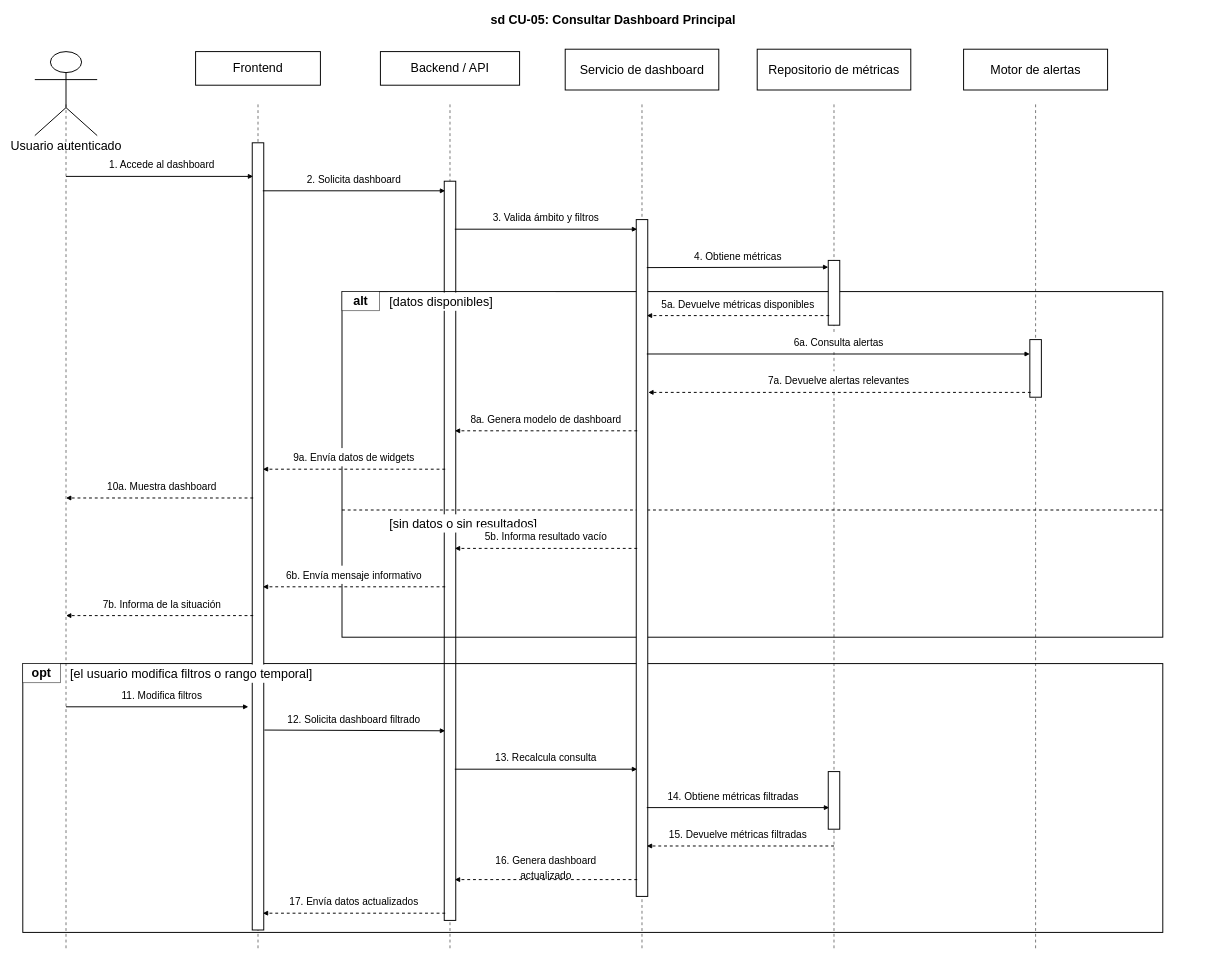
Bania1/nuvlo-agile-dashboard keeps this draw.io diagram as docs/memoria/diagrams/secuencia-cu05-consultar-dashboard-principal.drawio. Above is the earlier version. Source tidied: cells renumbered, new cells numbered last; positions are measured from the earlier drawing's top-left corner, leaving out a move shared by most shapes. Both pictures are drawn from the tidied source at 48%, with x=0, y=0 at pixel (8, 8).
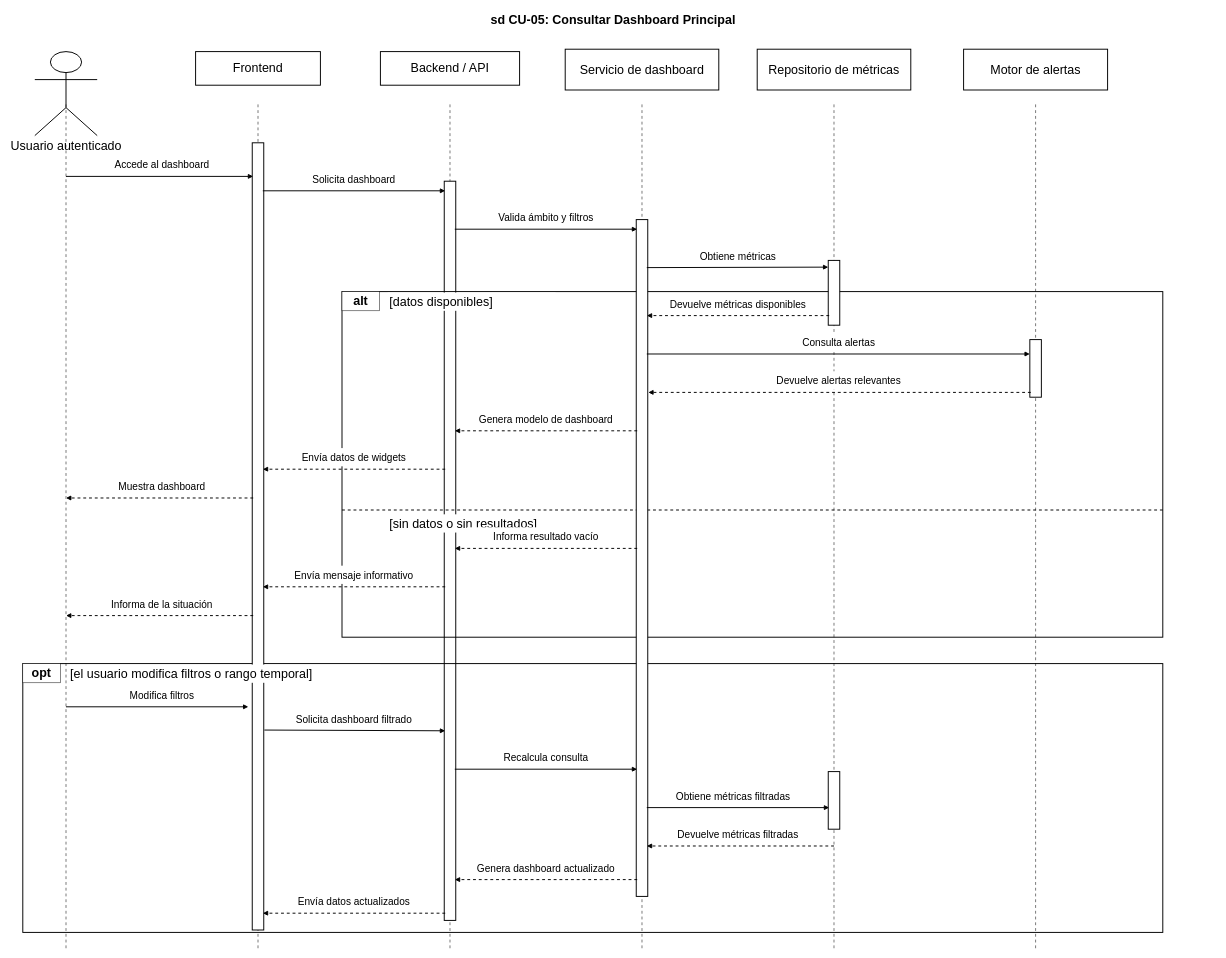
Above is the later version.

The edit, as a diff of the source:
```diff
@@
-    <mxCell id="29" value="&lt;font style=&quot;font-size: 21px;&quot;&gt;1. Accede al dashboard&lt;/font&gt;" style="text;html=1;strokeColor=none;fillColor=#ffffff;align=center;verticalAlign=middle;whiteSpace=wrap;rounded=0;fontSize=26;fontFamily=Helvetica;fontColor=#000000;spacing=4;" parent="1" vertex="1">
+    <mxCell id="29" value="&lt;font style=&quot;font-size: 21px;&quot;&gt;Accede al dashboard&lt;/font&gt;" style="text;html=1;strokeColor=none;fillColor=#ffffff;align=center;verticalAlign=middle;whiteSpace=wrap;rounded=0;fontSize=26;fontFamily=Helvetica;fontColor=#000000;spacing=4;" parent="1" vertex="1">
       <mxGeometry x="155" y="306" width="330" height="38" as="geometry" />
     </mxCell>
@@
-    <mxCell id="31" value="&lt;font style=&quot;font-size: 21px;&quot;&gt;2. Solicita dashboard&lt;/font&gt;" style="text;html=1;strokeColor=none;fillColor=#ffffff;align=center;verticalAlign=middle;whiteSpace=wrap;rounded=0;fontSize=26;fontFamily=Helvetica;fontColor=#000000;spacing=4;" parent="1" vertex="1">
+    <mxCell id="31" value="&lt;font style=&quot;font-size: 21px;&quot;&gt;Solicita dashboard&lt;/font&gt;" style="text;html=1;strokeColor=none;fillColor=#ffffff;align=center;verticalAlign=middle;whiteSpace=wrap;rounded=0;fontSize=26;fontFamily=Helvetica;fontColor=#000000;spacing=4;" parent="1" vertex="1">
       <mxGeometry x="555" y="336" width="330" height="38" as="geometry" />
     </mxCell>
@@
-    <mxCell id="33" value="&lt;font style=&quot;font-size: 21px;&quot;&gt;3. Valida ámbito y filtros&lt;/font&gt;" style="text;html=1;strokeColor=none;fillColor=#ffffff;align=center;verticalAlign=middle;whiteSpace=wrap;rounded=0;fontSize=26;fontFamily=Helvetica;fontColor=#000000;spacing=4;" parent="1" vertex="1">
+    <mxCell id="33" value="&lt;font style=&quot;font-size: 21px;&quot;&gt;Valida ámbito y filtros&lt;/font&gt;" style="text;html=1;strokeColor=none;fillColor=#ffffff;align=center;verticalAlign=middle;whiteSpace=wrap;rounded=0;fontSize=26;fontFamily=Helvetica;fontColor=#000000;spacing=4;" parent="1" vertex="1">
       <mxGeometry x="935" y="416" width="370" height="38" as="geometry" />
     </mxCell>
@@
-    <mxCell id="35" value="&lt;font style=&quot;font-size: 21px;&quot;&gt;4. Obtiene métricas&lt;/font&gt;" style="text;html=1;strokeColor=none;fillColor=#ffffff;align=center;verticalAlign=middle;whiteSpace=wrap;rounded=0;fontSize=26;fontFamily=Helvetica;fontColor=#000000;spacing=4;" parent="1" vertex="1">
+    <mxCell id="35" value="&lt;font style=&quot;font-size: 21px;&quot;&gt;Obtiene métricas&lt;/font&gt;" style="text;html=1;strokeColor=none;fillColor=#ffffff;align=center;verticalAlign=middle;whiteSpace=wrap;rounded=0;fontSize=26;fontFamily=Helvetica;fontColor=#000000;spacing=4;" parent="1" vertex="1">
       <mxGeometry x="1355" y="496" width="330" height="38" as="geometry" />
     </mxCell>
@@
-    <mxCell id="37" value="&lt;font style=&quot;font-size: 21px;&quot;&gt;5a. Devuelve métricas disponibles&lt;/font&gt;" style="text;html=1;strokeColor=none;fillColor=#ffffff;align=center;verticalAlign=middle;whiteSpace=wrap;rounded=0;fontSize=26;fontFamily=Helvetica;fontColor=#000000;spacing=4;" parent="1" vertex="1">
+    <mxCell id="37" value="&lt;font style=&quot;font-size: 21px;&quot;&gt;Devuelve métricas disponibles&lt;/font&gt;" style="text;html=1;strokeColor=none;fillColor=#ffffff;align=center;verticalAlign=middle;whiteSpace=wrap;rounded=0;fontSize=26;fontFamily=Helvetica;fontColor=#000000;spacing=4;" parent="1" vertex="1">
       <mxGeometry x="1340" y="596" width="360" height="38" as="geometry" />
     </mxCell>
@@
-    <mxCell id="39" value="&lt;font style=&quot;font-size: 21px;&quot;&gt;6a. Consulta alertas&lt;/font&gt;" style="text;html=1;strokeColor=none;fillColor=#ffffff;align=center;verticalAlign=middle;whiteSpace=wrap;rounded=0;fontSize=26;fontFamily=Helvetica;fontColor=#000000;spacing=4;" parent="1" vertex="1">
+    <mxCell id="39" value="&lt;font style=&quot;font-size: 21px;&quot;&gt;Consulta alertas&lt;/font&gt;" style="text;html=1;strokeColor=none;fillColor=#ffffff;align=center;verticalAlign=middle;whiteSpace=wrap;rounded=0;fontSize=26;fontFamily=Helvetica;fontColor=#000000;spacing=4;" parent="1" vertex="1">
       <mxGeometry x="1550" y="676" width="360" height="38" as="geometry" />
     </mxCell>
@@
-    <mxCell id="41" value="&lt;font style=&quot;font-size: 21px;&quot;&gt;7a. Devuelve alertas relevantes&lt;/font&gt;" style="text;html=1;strokeColor=none;fillColor=#ffffff;align=center;verticalAlign=middle;whiteSpace=wrap;rounded=0;fontSize=26;fontFamily=Helvetica;fontColor=#000000;spacing=4;" parent="1" vertex="1">
+    <mxCell id="41" value="&lt;font style=&quot;font-size: 21px;&quot;&gt;Devuelve alertas relevantes&lt;/font&gt;" style="text;html=1;strokeColor=none;fillColor=#ffffff;align=center;verticalAlign=middle;whiteSpace=wrap;rounded=0;fontSize=26;fontFamily=Helvetica;fontColor=#000000;spacing=4;" parent="1" vertex="1">
       <mxGeometry x="1550" y="756" width="360" height="38" as="geometry" />
     </mxCell>
@@
-    <mxCell id="43" value="&lt;font style=&quot;font-size: 21px;&quot;&gt;8a. Genera modelo de dashboard&lt;/font&gt;" style="text;html=1;strokeColor=none;fillColor=#ffffff;align=center;verticalAlign=middle;whiteSpace=wrap;rounded=0;fontSize=26;fontFamily=Helvetica;fontColor=#000000;spacing=4;" parent="1" vertex="1">
+    <mxCell id="43" value="&lt;font style=&quot;font-size: 21px;&quot;&gt;Genera modelo de dashboard&lt;/font&gt;" style="text;html=1;strokeColor=none;fillColor=#ffffff;align=center;verticalAlign=middle;whiteSpace=wrap;rounded=0;fontSize=26;fontFamily=Helvetica;fontColor=#000000;spacing=4;" parent="1" vertex="1">
       <mxGeometry x="935" y="836" width="370" height="38" as="geometry" />
     </mxCell>
@@
-    <mxCell id="45" value="&lt;font style=&quot;font-size: 21px;&quot;&gt;9a. Envía datos de widgets&lt;/font&gt;" style="text;html=1;strokeColor=none;fillColor=#ffffff;align=center;verticalAlign=middle;whiteSpace=wrap;rounded=0;fontSize=26;fontFamily=Helvetica;fontColor=#000000;spacing=4;" parent="1" vertex="1">
+    <mxCell id="45" value="&lt;font style=&quot;font-size: 21px;&quot;&gt;Envía datos de widgets&lt;/font&gt;" style="text;html=1;strokeColor=none;fillColor=#ffffff;align=center;verticalAlign=middle;whiteSpace=wrap;rounded=0;fontSize=26;fontFamily=Helvetica;fontColor=#000000;spacing=4;" parent="1" vertex="1">
       <mxGeometry x="555" y="916" width="330" height="38" as="geometry" />
     </mxCell>
@@
-    <mxCell id="47" value="&lt;font style=&quot;font-size: 21px;&quot;&gt;10a. Muestra dashboard&lt;/font&gt;" style="text;html=1;strokeColor=none;fillColor=#ffffff;align=center;verticalAlign=middle;whiteSpace=wrap;rounded=0;fontSize=26;fontFamily=Helvetica;fontColor=#000000;spacing=4;" parent="1" vertex="1">
+    <mxCell id="47" value="&lt;font style=&quot;font-size: 21px;&quot;&gt;Muestra dashboard&lt;/font&gt;" style="text;html=1;strokeColor=none;fillColor=#ffffff;align=center;verticalAlign=middle;whiteSpace=wrap;rounded=0;fontSize=26;fontFamily=Helvetica;fontColor=#000000;spacing=4;" parent="1" vertex="1">
       <mxGeometry x="155" y="976" width="330" height="38" as="geometry" />
     </mxCell>
@@
-    <mxCell id="49" value="&lt;font style=&quot;font-size: 21px;&quot;&gt;5b. Informa resultado vacío&lt;/font&gt;" style="text;html=1;strokeColor=none;fillColor=#ffffff;align=center;verticalAlign=middle;whiteSpace=wrap;rounded=0;fontSize=26;fontFamily=Helvetica;fontColor=#000000;spacing=4;" parent="1" vertex="1">
+    <mxCell id="49" value="&lt;font style=&quot;font-size: 21px;&quot;&gt;Informa resultado vacío&lt;/font&gt;" style="text;html=1;strokeColor=none;fillColor=#ffffff;align=center;verticalAlign=middle;whiteSpace=wrap;rounded=0;fontSize=26;fontFamily=Helvetica;fontColor=#000000;spacing=4;" parent="1" vertex="1">
       <mxGeometry x="955" y="1081" width="330" height="38" as="geometry" />
     </mxCell>
@@
-    <mxCell id="51" value="&lt;font style=&quot;font-size: 21px;&quot;&gt;6b. Envía mensaje informativo&lt;/font&gt;" style="text;html=1;strokeColor=none;fillColor=#ffffff;align=center;verticalAlign=middle;whiteSpace=wrap;rounded=0;fontSize=26;fontFamily=Helvetica;fontColor=#000000;spacing=4;" parent="1" vertex="1">
+    <mxCell id="51" value="&lt;font style=&quot;font-size: 21px;&quot;&gt;Envía mensaje informativo&lt;/font&gt;" style="text;html=1;strokeColor=none;fillColor=#ffffff;align=center;verticalAlign=middle;whiteSpace=wrap;rounded=0;fontSize=26;fontFamily=Helvetica;fontColor=#000000;spacing=4;" parent="1" vertex="1">
       <mxGeometry x="545" y="1161" width="350" height="38" as="geometry" />
     </mxCell>
@@
-    <mxCell id="53" value="&lt;font style=&quot;font-size: 21px;&quot;&gt;7b. Informa de la situación&lt;/font&gt;" style="text;html=1;strokeColor=none;fillColor=#ffffff;align=center;verticalAlign=middle;whiteSpace=wrap;rounded=0;fontSize=26;fontFamily=Helvetica;fontColor=#000000;spacing=4;" parent="1" vertex="1">
+    <mxCell id="53" value="&lt;font style=&quot;font-size: 21px;&quot;&gt;Informa de la situación&lt;/font&gt;" style="text;html=1;strokeColor=none;fillColor=#ffffff;align=center;verticalAlign=middle;whiteSpace=wrap;rounded=0;fontSize=26;fontFamily=Helvetica;fontColor=#000000;spacing=4;" parent="1" vertex="1">
       <mxGeometry x="135" y="1221" width="370" height="38" as="geometry" />
     </mxCell>
@@
-    <mxCell id="55" value="&lt;font style=&quot;font-size: 21px;&quot;&gt;11. Modifica filtros&lt;/font&gt;" style="text;html=1;strokeColor=none;fillColor=#ffffff;align=center;verticalAlign=middle;whiteSpace=wrap;rounded=0;fontSize=26;fontFamily=Helvetica;fontColor=#000000;spacing=4;" parent="1" vertex="1">
+    <mxCell id="55" value="&lt;font style=&quot;font-size: 21px;&quot;&gt;Modifica filtros&lt;/font&gt;" style="text;html=1;strokeColor=none;fillColor=#ffffff;align=center;verticalAlign=middle;whiteSpace=wrap;rounded=0;fontSize=26;fontFamily=Helvetica;fontColor=#000000;spacing=4;" parent="1" vertex="1">
       <mxGeometry x="165" y="1411" width="310" height="38" as="geometry" />
     </mxCell>
@@
-    <mxCell id="57" value="&lt;font style=&quot;font-size: 21px;&quot;&gt;12. Solicita dashboard filtrado&lt;/font&gt;" style="text;html=1;strokeColor=none;fillColor=#ffffff;align=center;verticalAlign=middle;whiteSpace=wrap;rounded=0;fontSize=26;fontFamily=Helvetica;fontColor=#000000;spacing=4;" parent="1" vertex="1">
+    <mxCell id="57" value="&lt;font style=&quot;font-size: 21px;&quot;&gt;Solicita dashboard filtrado&lt;/font&gt;" style="text;html=1;strokeColor=none;fillColor=#ffffff;align=center;verticalAlign=middle;whiteSpace=wrap;rounded=0;fontSize=26;fontFamily=Helvetica;fontColor=#000000;spacing=4;" parent="1" vertex="1">
       <mxGeometry x="565" y="1461" width="310" height="38" as="geometry" />
     </mxCell>
@@
-    <mxCell id="59" value="&lt;font style=&quot;font-size: 21px;&quot;&gt;13. Recalcula consulta&lt;/font&gt;" style="text;html=1;strokeColor=none;fillColor=#ffffff;align=center;verticalAlign=middle;whiteSpace=wrap;rounded=0;fontSize=26;fontFamily=Helvetica;fontColor=#000000;spacing=4;" parent="1" vertex="1">
+    <mxCell id="59" value="&lt;font style=&quot;font-size: 21px;&quot;&gt;Recalcula consulta&lt;/font&gt;" style="text;html=1;strokeColor=none;fillColor=#ffffff;align=center;verticalAlign=middle;whiteSpace=wrap;rounded=0;fontSize=26;fontFamily=Helvetica;fontColor=#000000;spacing=4;" parent="1" vertex="1">
       <mxGeometry x="955" y="1541" width="330" height="38" as="geometry" />
     </mxCell>
@@
-    <mxCell id="61" value="&lt;font style=&quot;font-size: 21px;&quot;&gt;14. Obtiene métricas filtradas&lt;/font&gt;" style="text;html=1;strokeColor=none;fillColor=#ffffff;align=center;verticalAlign=middle;whiteSpace=wrap;rounded=0;fontSize=26;fontFamily=Helvetica;fontColor=#000000;spacing=4;" parent="1" vertex="1">
+    <mxCell id="61" value="&lt;font style=&quot;font-size: 21px;&quot;&gt;Obtiene métricas filtradas&lt;/font&gt;" style="text;html=1;strokeColor=none;fillColor=#ffffff;align=center;verticalAlign=middle;whiteSpace=wrap;rounded=0;fontSize=26;fontFamily=Helvetica;fontColor=#000000;spacing=4;" parent="1" vertex="1">
       <mxGeometry x="1355" y="1621" width="310" height="38" as="geometry" />
     </mxCell>
@@
-    <mxCell id="63" value="&lt;font style=&quot;font-size: 21px;&quot;&gt;15. Devuelve métricas filtradas&lt;/font&gt;" style="text;html=1;strokeColor=none;fillColor=#ffffff;align=center;verticalAlign=middle;whiteSpace=wrap;rounded=0;fontSize=26;fontFamily=Helvetica;fontColor=#000000;spacing=4;" parent="1" vertex="1">
+    <mxCell id="63" value="&lt;font style=&quot;font-size: 21px;&quot;&gt;Devuelve métricas filtradas&lt;/font&gt;" style="text;html=1;strokeColor=none;fillColor=#ffffff;align=center;verticalAlign=middle;whiteSpace=wrap;rounded=0;fontSize=26;fontFamily=Helvetica;fontColor=#000000;spacing=4;" parent="1" vertex="1">
       <mxGeometry x="1355" y="1701" width="330" height="38" as="geometry" />
     </mxCell>
@@
-    <mxCell id="65" value="&lt;font style=&quot;font-size: 21px;&quot;&gt;16. Genera dashboard actualizado&lt;/font&gt;" style="text;html=1;strokeColor=none;fillColor=#ffffff;align=center;verticalAlign=middle;whiteSpace=wrap;rounded=0;fontSize=26;fontFamily=Helvetica;fontColor=#000000;spacing=4;" parent="1" vertex="1">
+    <mxCell id="65" value="&lt;font style=&quot;font-size: 21px;&quot;&gt;Genera dashboard actualizado&lt;/font&gt;" style="text;html=1;strokeColor=none;fillColor=#ffffff;align=center;verticalAlign=middle;whiteSpace=wrap;rounded=0;fontSize=26;fontFamily=Helvetica;fontColor=#000000;spacing=4;" parent="1" vertex="1">
       <mxGeometry x="965" y="1771" width="310" height="38" as="geometry" />
     </mxCell>
@@
-    <mxCell id="67" value="&lt;font style=&quot;font-size: 21px;&quot;&gt;17. Envía datos actualizados&lt;/font&gt;" style="text;html=1;strokeColor=none;fillColor=#ffffff;align=center;verticalAlign=middle;whiteSpace=wrap;rounded=0;fontSize=26;fontFamily=Helvetica;fontColor=#000000;spacing=4;" parent="1" vertex="1">
+    <mxCell id="67" value="&lt;font style=&quot;font-size: 21px;&quot;&gt;Envía datos actualizados&lt;/font&gt;" style="text;html=1;strokeColor=none;fillColor=#ffffff;align=center;verticalAlign=middle;whiteSpace=wrap;rounded=0;fontSize=26;fontFamily=Helvetica;fontColor=#000000;spacing=4;" parent="1" vertex="1">
       <mxGeometry x="555" y="1841" width="330" height="38" as="geometry" />
     </mxCell>
```
